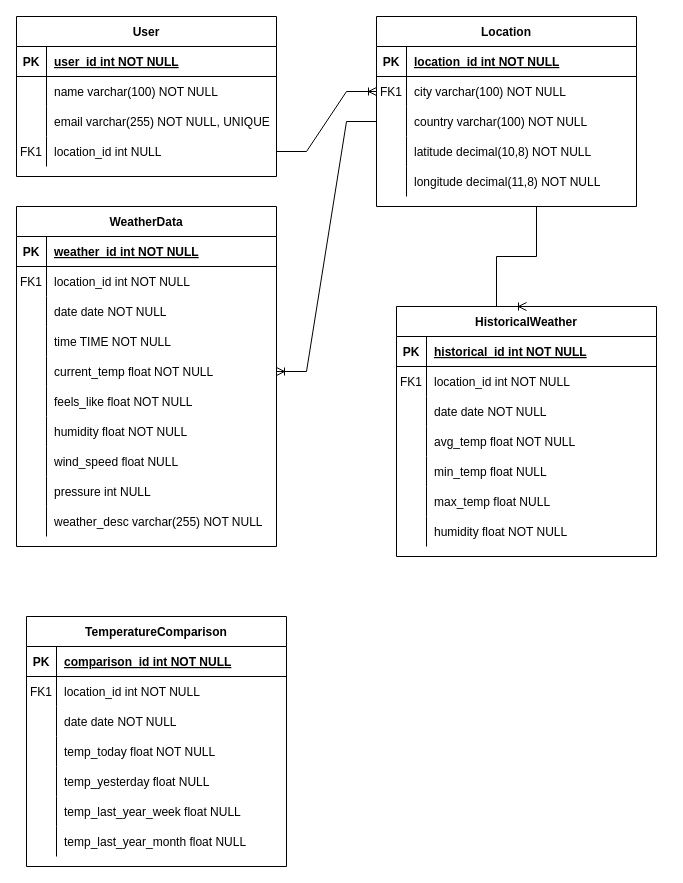
The draw.io diagram WeatherApp.drawio in abcdana/WeatherApp, before the edit. Source tidied: cells renumbered, new cells numbered last; positions are measured from the earlier drawing's top-left corner, leaving out a move shared by most shapes. Both pictures are drawn from the tidied source at 100%, with x=0, y=0 at pixel (16, 16).
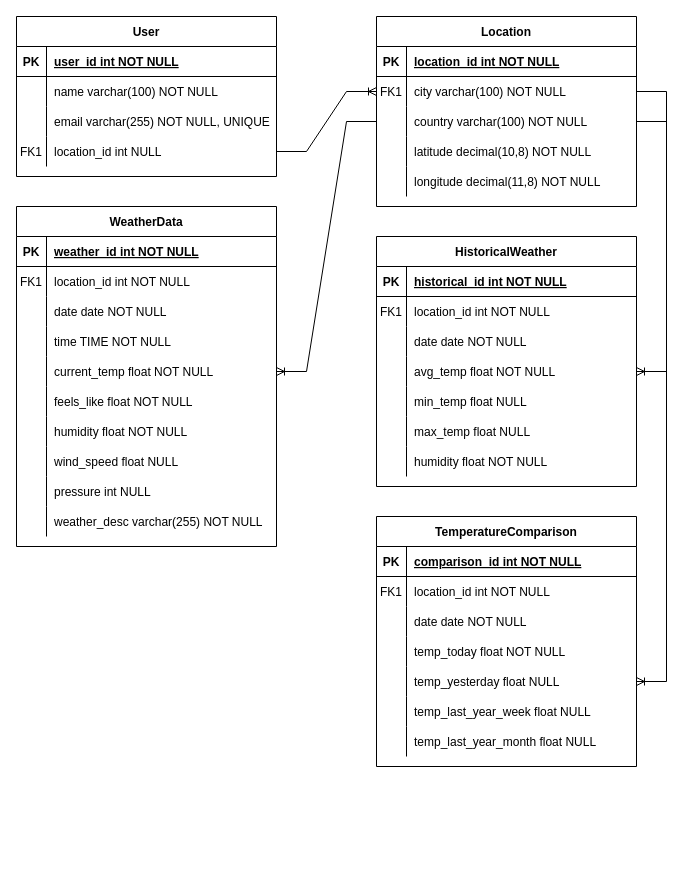
After the change.

The change refers to these unchanged cells:
```xml
<mxCell id="2" value="Location" style="shape=table;startSize=30;childLayout=tableLayout;rowLines=0;fontStyle=1;align=center;" parent="1" vertex="1">
  <mxGeometry x="360" width="260" height="190" as="geometry" />
</mxCell>
<mxCell id="6" style="shape=partialRectangle;fillColor=none;points=[[0,0.5],[1,0.5]];portConstraint=eastwest;top=0;left=0;right=0;bottom=0;" parent="2" vertex="1">
  <mxGeometry y="60" width="260" height="30" as="geometry" />
</mxCell>
<mxCell id="9" style="shape=partialRectangle;fillColor=none;points=[[0,0.5],[1,0.5]];portConstraint=eastwest;top=0;left=0;right=0;bottom=0;" parent="2" vertex="1">
  <mxGeometry y="90" width="260" height="30" as="geometry" />
</mxCell>
<mxCell id="72" style="shape=partialRectangle;fillColor=none;points=[[0,0.5],[1,0.5]];portConstraint=eastwest;top=0;left=0;right=0;bottom=0;" parent="62" vertex="1">
  <mxGeometry y="120" width="260" height="30" as="geometry" />
</mxCell>
<mxCell id="97" style="shape=partialRectangle;fillColor=none;points=[[0,0.5],[1,0.5]];portConstraint=eastwest;top=0;left=0;right=0;bottom=0;" parent="84" vertex="1">
  <mxGeometry y="150" width="260" height="30" as="geometry" />
</mxCell>
```

Change to the diagram source:
```diff
@@
     <mxCell id="62" value="HistoricalWeather" style="shape=table;startSize=30;childLayout=tableLayout;rowLines=0;fontStyle=1;align=center;" parent="1" vertex="1">
-      <mxGeometry x="380" y="290" width="260" height="250" as="geometry" />
+      <mxGeometry x="360" y="220" width="260" height="250" as="geometry" />
     </mxCell>
@@
     <mxCell id="84" value="TemperatureComparison" style="shape=table;startSize=30;childLayout=tableLayout;rowLines=0;fontStyle=1;align=center;" parent="1" vertex="1">
-      <mxGeometry x="10" y="600" width="260" height="250" as="geometry" />
+      <mxGeometry x="360" y="500" width="260" height="250" as="geometry" />
     </mxCell>
@@
-    <mxCell id="108" style="edgeStyle=entityRelationEdgeStyle;fontSize=12;html=1;endArrow=ERoneToMany;rounded=0;entryX=0.5;entryY=0;entryDx=0;entryDy=0;exitX=0.5;exitY=1;exitDx=0;exitDy=0;" parent="1" edge="1" source="2" target="62">
-      <mxGeometry relative="1" as="geometry" />
-    </mxCell>
+    <mxCell id="109" style="edgeStyle=entityRelationEdgeStyle;fontSize=12;html=1;endArrow=ERoneToMany;rounded=0;exitX=1;exitY=0.5;exitDx=0;exitDy=0;" parent="1" edge="1" source="6" target="97">
+      <mxGeometry relative="1" as="geometry">
+        <Array as="points">
+          <mxPoint x="840" y="375" />
+          <mxPoint x="860" y="385" />
+          <mxPoint x="650" y="650" />
+          <mxPoint x="840" y="375" />
+        </Array>
+      </mxGeometry>
+    </mxCell>
+    <mxCell id="110" style="edgeStyle=entityRelationEdgeStyle;fontSize=12;html=1;endArrow=ERoneToMany;rounded=0;exitX=1;exitY=0.5;exitDx=0;exitDy=0;entryX=1;entryY=0.5;entryDx=0;entryDy=0;" parent="1" edge="1" source="9" target="72">
+      <mxGeometry relative="1" as="geometry">
+        <Array as="points">
+          <mxPoint x="530" y="430" />
+        </Array>
+      </mxGeometry>
+    </mxCell>
```
